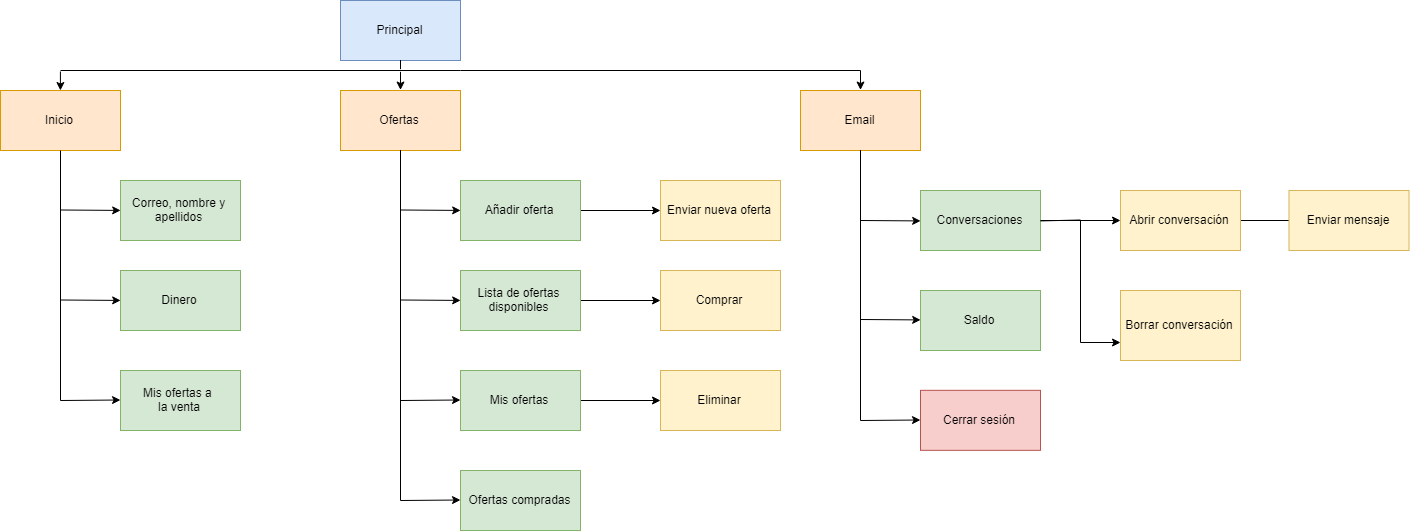
This is docs/mapadenavegacionUsuario.png from martinlacorrona/sdi-entrega1-104-106, a draw.io export, as it was before one commit. Source tidied: cells renumbered, new cells last; positions are measured from the earlier drawing's top-left corner, leaving out a move shared by most shapes.
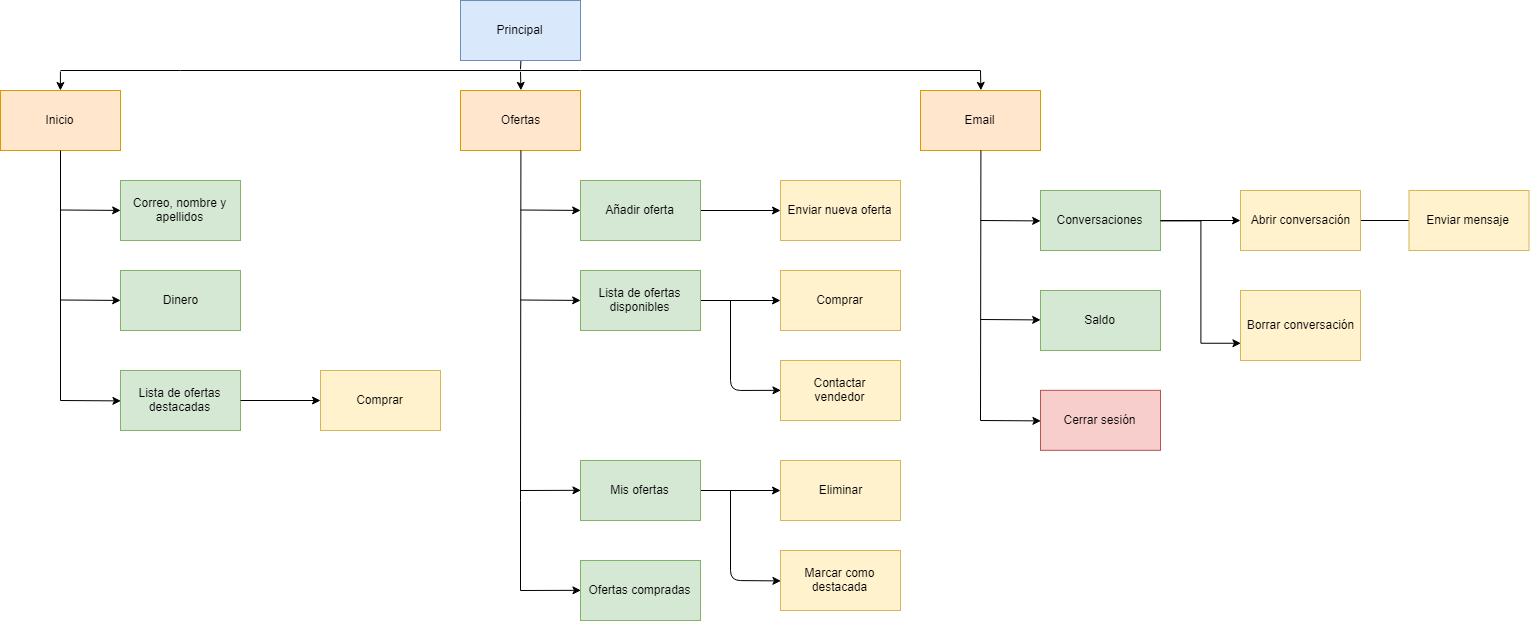
Later version of the same file.

What changed in the source:
```diff
@@ -6,7 +6,7 @@
       <mxGeometry x="340" width="120" height="60" as="geometry" />
     </mxCell>
     <mxCell id="3" value="Inicio&lt;br&gt;" style="rounded=0;whiteSpace=wrap;html=1;fillColor=#ffe6cc;strokeColor=#d79b00;" parent="1" vertex="1">
-      <mxGeometry y="90" width="120" height="60" as="geometry" />
+      <mxGeometry x="-120" y="90" width="120" height="60" as="geometry" />
     </mxCell>
     <mxCell id="4" value="Ofertas&lt;br&gt;" style="rounded=0;whiteSpace=wrap;html=1;fillColor=#ffe6cc;strokeColor=#d79b00;" parent="1" vertex="1">
       <mxGeometry x="340" y="90" width="120" height="60" as="geometry" />
@@ -70,34 +70,34 @@
       </mxGeometry>
     </mxCell>
     <mxCell id="19" value="Correo, nombre y apellidos" style="rounded=0;whiteSpace=wrap;html=1;fillColor=#d5e8d4;strokeColor=#82b366;" parent="1" vertex="1">
-      <mxGeometry x="120" y="180" width="120" height="60" as="geometry" />
+      <mxGeometry y="180" width="120" height="60" as="geometry" />
     </mxCell>
     <mxCell id="20" value="Dinero" style="rounded=0;whiteSpace=wrap;html=1;fillColor=#d5e8d4;strokeColor=#82b366;" parent="1" vertex="1">
-      <mxGeometry x="120" y="270" width="120" height="60" as="geometry" />
+      <mxGeometry y="270" width="120" height="60" as="geometry" />
     </mxCell>
-    <mxCell id="21" value="Mis ofertas a &lt;br&gt;la venta" style="rounded=0;whiteSpace=wrap;html=1;fillColor=#d5e8d4;strokeColor=#82b366;" parent="1" vertex="1">
-      <mxGeometry x="120" y="370" width="120" height="60" as="geometry" />
+    <mxCell id="21" value="Lista de ofertas destacadas" style="rounded=0;whiteSpace=wrap;html=1;fillColor=#d5e8d4;strokeColor=#82b366;" parent="1" vertex="1">
+      <mxGeometry y="370" width="120" height="60" as="geometry" />
     </mxCell>
     <mxCell id="22" style="endArrow=none;html=1;" parent="1" edge="1" target="3">
       <mxGeometry relative="1" as="geometry">
-        <mxPoint x="60" y="400" as="sourcePoint" />
+        <mxPoint x="-60" y="400" as="sourcePoint" />
       </mxGeometry>
     </mxCell>
     <mxCell id="23" style="endArrow=classic;html=1;entryX=0;entryY=0.5;entryDx=0;entryDy=0;" parent="1" edge="1" target="21">
       <mxGeometry relative="1" as="geometry">
-        <mxPoint x="60" y="400" as="sourcePoint" />
+        <mxPoint x="-60" y="400" as="sourcePoint" />
       </mxGeometry>
     </mxCell>
     <mxCell id="24" style="endArrow=classic;html=1;entryX=0;entryY=0.5;entryDx=0;entryDy=0;" parent="1" edge="1">
       <mxGeometry relative="1" as="geometry">
-        <mxPoint x="60" y="299.5" as="sourcePoint" />
-        <mxPoint x="120.1" y="299.9" as="targetPoint" />
+        <mxPoint x="-60" y="299.5" as="sourcePoint" />
+        <mxPoint x="0.1" y="299.9" as="targetPoint" />
       </mxGeometry>
     </mxCell>
     <mxCell id="25" style="endArrow=classic;html=1;entryX=0;entryY=0.5;entryDx=0;entryDy=0;" parent="1" edge="1">
       <mxGeometry relative="1" as="geometry">
-        <mxPoint x="60" y="209.5" as="sourcePoint" />
-        <mxPoint x="120.1" y="209.9" as="targetPoint" />
+        <mxPoint x="-60" y="209.5" as="sourcePoint" />
+        <mxPoint x="0.1" y="209.9" as="targetPoint" />
       </mxGeometry>
     </mxCell>
     <mxCell id="26" style="edgeStyle=orthogonalEdgeStyle;rounded=0;jettySize=auto;html=1;" parent="1" edge="1" source="27" target="28">
@@ -122,14 +122,14 @@
       <mxGeometry relative="1" as="geometry" />
     </mxCell>
     <mxCell id="33" value="Mis ofertas" style="rounded=0;whiteSpace=wrap;html=1;fillColor=#d5e8d4;strokeColor=#82b366;" parent="1" vertex="1">
-      <mxGeometry x="460" y="370" width="120" height="60" as="geometry" />
+      <mxGeometry x="460" y="460" width="120" height="60" as="geometry" />
     </mxCell>
     <mxCell id="34" value="Eliminar&lt;br&gt;" style="rounded=0;whiteSpace=wrap;html=1;fillColor=#fff2cc;strokeColor=#d6b656;" parent="1" vertex="1">
-      <mxGeometry x="660" y="370" width="120" height="60" as="geometry" />
+      <mxGeometry x="660" y="460" width="120" height="60" as="geometry" />
     </mxCell>
     <mxCell id="35" style="endArrow=classic;html=1;entryX=0;entryY=0.5;entryDx=0;entryDy=0;" parent="1" edge="1" target="33">
       <mxGeometry relative="1" as="geometry">
-        <mxPoint x="400" y="400" as="sourcePoint" />
+        <mxPoint x="400" y="490" as="sourcePoint" />
       </mxGeometry>
     </mxCell>
     <mxCell id="36" style="endArrow=classic;html=1;entryX=0;entryY=0.5;entryDx=0;entryDy=0;" parent="1" edge="1">
@@ -145,11 +145,11 @@
       </mxGeometry>
     </mxCell>
     <mxCell id="38" value="Ofertas compradas" style="rounded=0;whiteSpace=wrap;html=1;fillColor=#d5e8d4;strokeColor=#82b366;" parent="1" vertex="1">
-      <mxGeometry x="460" y="470" width="120" height="60" as="geometry" />
+      <mxGeometry x="460" y="560" width="120" height="60" as="geometry" />
     </mxCell>
     <mxCell id="39" style="endArrow=classic;html=1;entryX=0;entryY=0.5;entryDx=0;entryDy=0;" parent="1" edge="1" target="38">
       <mxGeometry relative="1" as="geometry">
-        <mxPoint x="400" y="500" as="sourcePoint" />
+        <mxPoint x="400" y="590" as="sourcePoint" />
       </mxGeometry>
     </mxCell>
     <mxCell id="40" style="endArrow=none;html=1;entryX=0.5;entryY=1;entryDx=0;entryDy=0;" parent="1" edge="1" target="4">
@@ -175,8 +175,8 @@
     </mxCell>
     <mxCell id="44" style="endArrow=classic;html=1;" parent="1" edge="1">
       <mxGeometry relative="1" as="geometry">
-        <mxPoint x="59.9" y="71" as="sourcePoint" />
-        <mxPoint x="59.9" y="90" as="targetPoint" />
+        <mxPoint x="-60.1" y="71" as="sourcePoint" />
+        <mxPoint x="-60.1" y="90" as="targetPoint" />
       </mxGeometry>
     </mxCell>
     <mxCell id="45" style="endArrow=classic;html=1;entryX=0.5;entryY=0;entryDx=0;entryDy=0;" parent="1" edge="1" target="5">
@@ -184,5 +184,47 @@
         <mxPoint x="860" y="70" as="sourcePoint" />
       </mxGeometry>
     </mxCell>
+    <mxCell id="46" value="Marcar como destacada&lt;br&gt;" style="rounded=0;whiteSpace=wrap;html=1;fillColor=#fff2cc;strokeColor=#d6b656;" parent="1" vertex="1">
+      <mxGeometry x="660" y="550" width="120" height="60" as="geometry" />
+    </mxCell>
+    <mxCell id="47" style="endArrow=classic;html=1;entryX=0;entryY=0.5;entryDx=0;entryDy=0;" parent="1" edge="1" target="46">
+      <mxGeometry relative="1" as="geometry">
+        <mxPoint x="610" y="490" as="sourcePoint" />
+        <Array as="points">
+          <mxPoint x="610" y="580" />
+        </Array>
+      </mxGeometry>
+    </mxCell>
+    <mxCell id="48" style="edgeStyle=orthogonalEdgeStyle;rounded=0;jettySize=auto;html=1;" parent="1" edge="1" target="49">
+      <mxGeometry relative="1" as="geometry">
+        <mxPoint x="120" y="400" as="sourcePoint" />
+      </mxGeometry>
+    </mxCell>
+    <mxCell id="49" value="Comprar" style="rounded=0;whiteSpace=wrap;html=1;fillColor=#fff2cc;strokeColor=#d6b656;" parent="1" vertex="1">
+      <mxGeometry x="200" y="370" width="120" height="60" as="geometry" />
+    </mxCell>
+    <mxCell id="50" style="endArrow=none;html=1;" parent="1" edge="1">
+      <mxGeometry relative="1" as="geometry">
+        <mxPoint x="-60" y="70" as="sourcePoint" />
+        <mxPoint x="60" y="70" as="targetPoint" />
+      </mxGeometry>
+    </mxCell>
+    <mxCell id="51" value="Contactar&lt;br&gt;vendedor&lt;br&gt;" style="rounded=0;whiteSpace=wrap;html=1;fillColor=#fff2cc;strokeColor=#d6b656;" parent="1" vertex="1">
+      <mxGeometry x="660" y="360" width="120" height="60" as="geometry" />
+    </mxCell>
+    <mxCell id="52" style="endArrow=none;html=1;" parent="1" edge="1">
+      <mxGeometry relative="1" as="geometry">
+        <mxPoint x="400" y="590" as="sourcePoint" />
+        <mxPoint x="400" y="500" as="targetPoint" />
+      </mxGeometry>
+    </mxCell>
+    <mxCell id="53" style="endArrow=classic;html=1;entryX=0;entryY=0.5;entryDx=0;entryDy=0;" parent="1" edge="1" target="51">
+      <mxGeometry relative="1" as="geometry">
+        <mxPoint x="610" y="300" as="sourcePoint" />
+        <Array as="points">
+          <mxPoint x="610" y="390" />
+        </Array>
+      </mxGeometry>
+    </mxCell>
   </root>
 </mxGraphModel>
```
